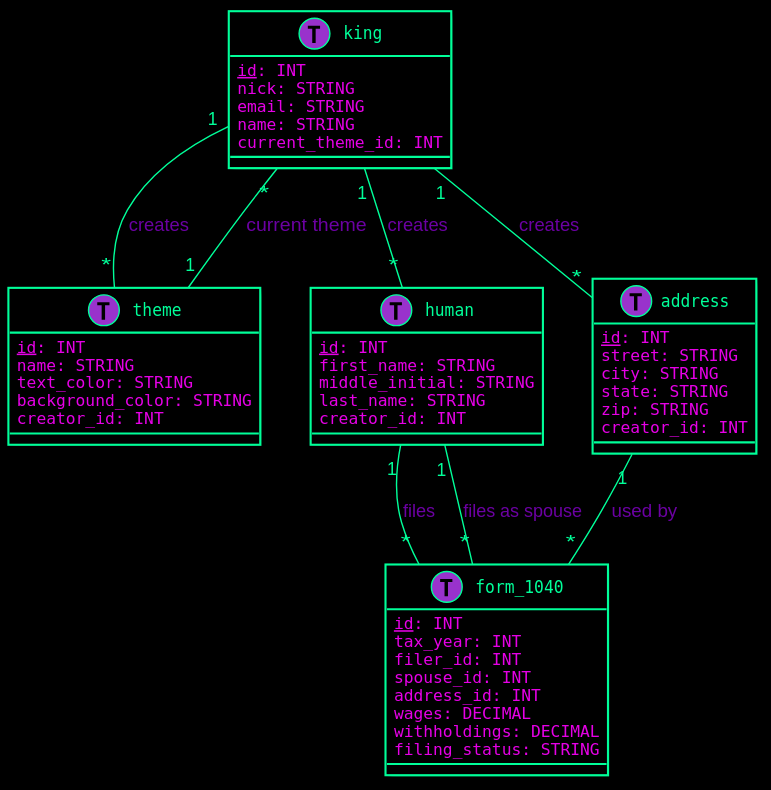
This is schema.svg from ozzloy/tax-back, a PlantUML export, as it was before one commit.
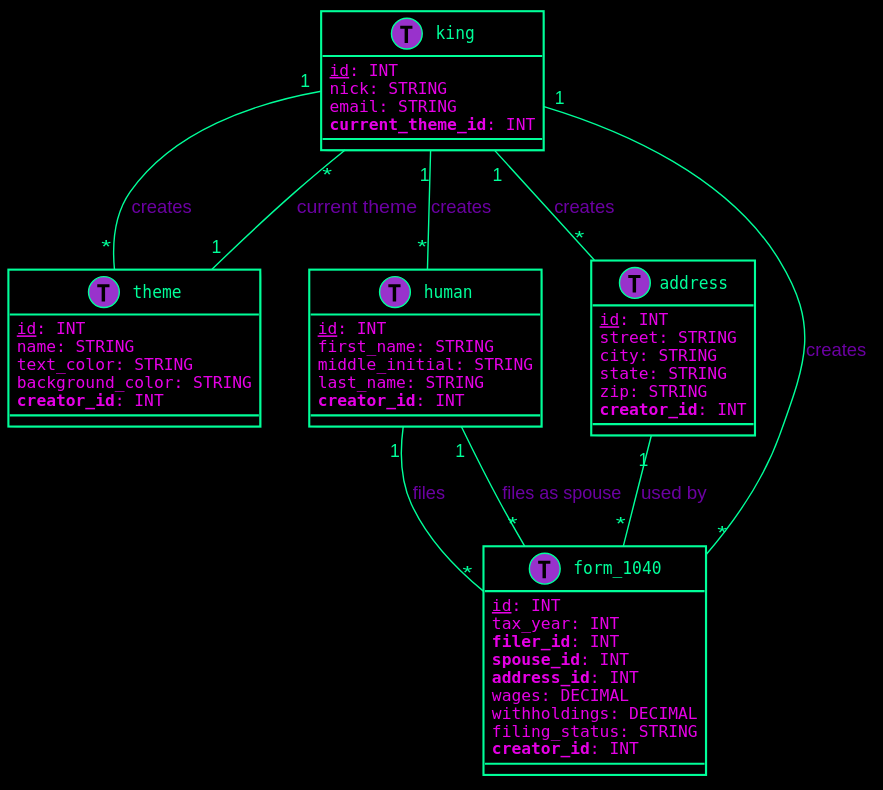
After the commit.

Commit message:
make wireframe

Change to the diagram source:
```diff
@@ -20,8 +20,7 @@
     <u>id</u>: INT
     nick: STRING
     email: STRING
-    name: STRING
-    current_theme_id: INT
+    <b>current_theme_id</b>: INT
 }
 
 class theme << (T,#9932CC) >> {
@@ -29,7 +28,7 @@
     name: STRING
     text_color: STRING
     background_color: STRING
-    creator_id: INT
+    <b>creator_id</b>: INT
 }
 
 class human << (T,#9932CC) >> {
@@ -37,7 +36,7 @@
     first_name: STRING
     middle_initial: STRING
     last_name: STRING
-    creator_id: INT
+    <b>creator_id</b>: INT
 }
 
 class address << (T,#9932CC) >> {
@@ -46,18 +45,19 @@
     city: STRING
     state: STRING
     zip: STRING
-    creator_id: INT
+    <b>creator_id</b>: INT
 }
 
 class form_1040 << (T,#9932CC) >> {
     <u>id</u>: INT
     tax_year: INT
-    filer_id: INT
-    spouse_id: INT
-    address_id: INT
+    <b>filer_id</b>: INT
+    <b>spouse_id</b>: INT
+    <b>address_id</b>: INT
     wages: DECIMAL
     withholdings: DECIMAL
     filing_status: STRING
+    <b>creator_id</b>: INT
 }
 
 king "<color:#00ff99>1</color>" -- "<color:#00ff99>*</color>" theme : "<color:#6B00A2>creates</color>"
@@ -67,5 +67,6 @@
 human "<color:#00ff99>1</color>" -- "<color:#00ff99>*</color>" form_1040 : "<color:#6B00A2>files</color>"
 human "<color:#00ff99>1</color>" -- "<color:#00ff99>*</color>" form_1040 : "<color:#6B00A2>files as spouse</color>"
 address "<color:#00ff99>1</color>" -- "<color:#00ff99>*</color>" form_1040 : "<color:#6B00A2>used by</color>"
+king "<color:#00ff99>1</color>" -- "<color:#00ff99>*</color>" form_1040 : "<color:#6B00A2>creates</color>"
 
 @enduml
```
